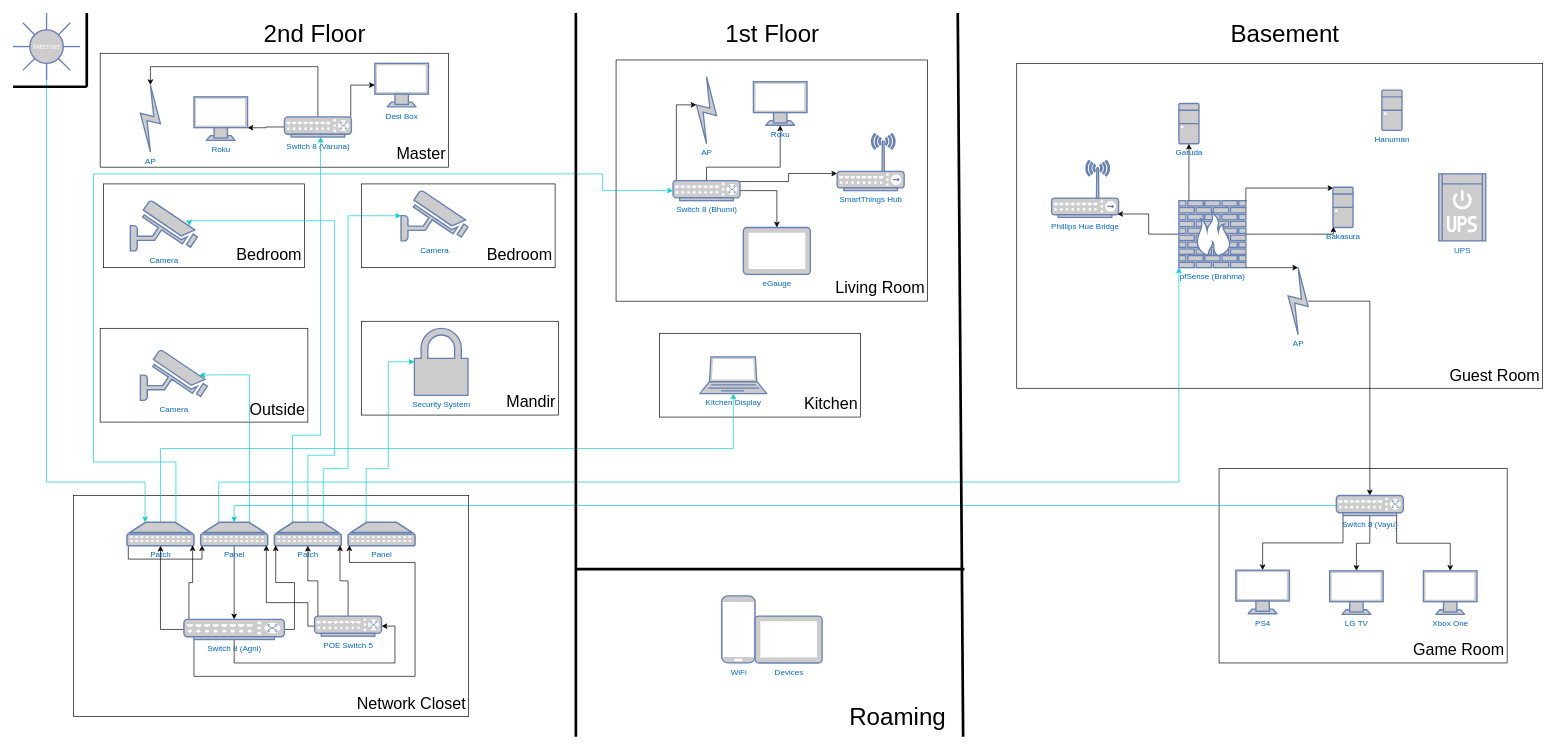
vinaykapadia/miscellaneous keeps this draw.io diagram as VKapadia.com Network.drawio. Above is the earlier version. Source tidied: cells renumbered, new cells numbered last; positions are measured from the earlier drawing's top-left corner, leaving out a move shared by most shapes. Both pictures are drawn from the tidied source at 67%, with x=0, y=0 at pixel (13, 13).
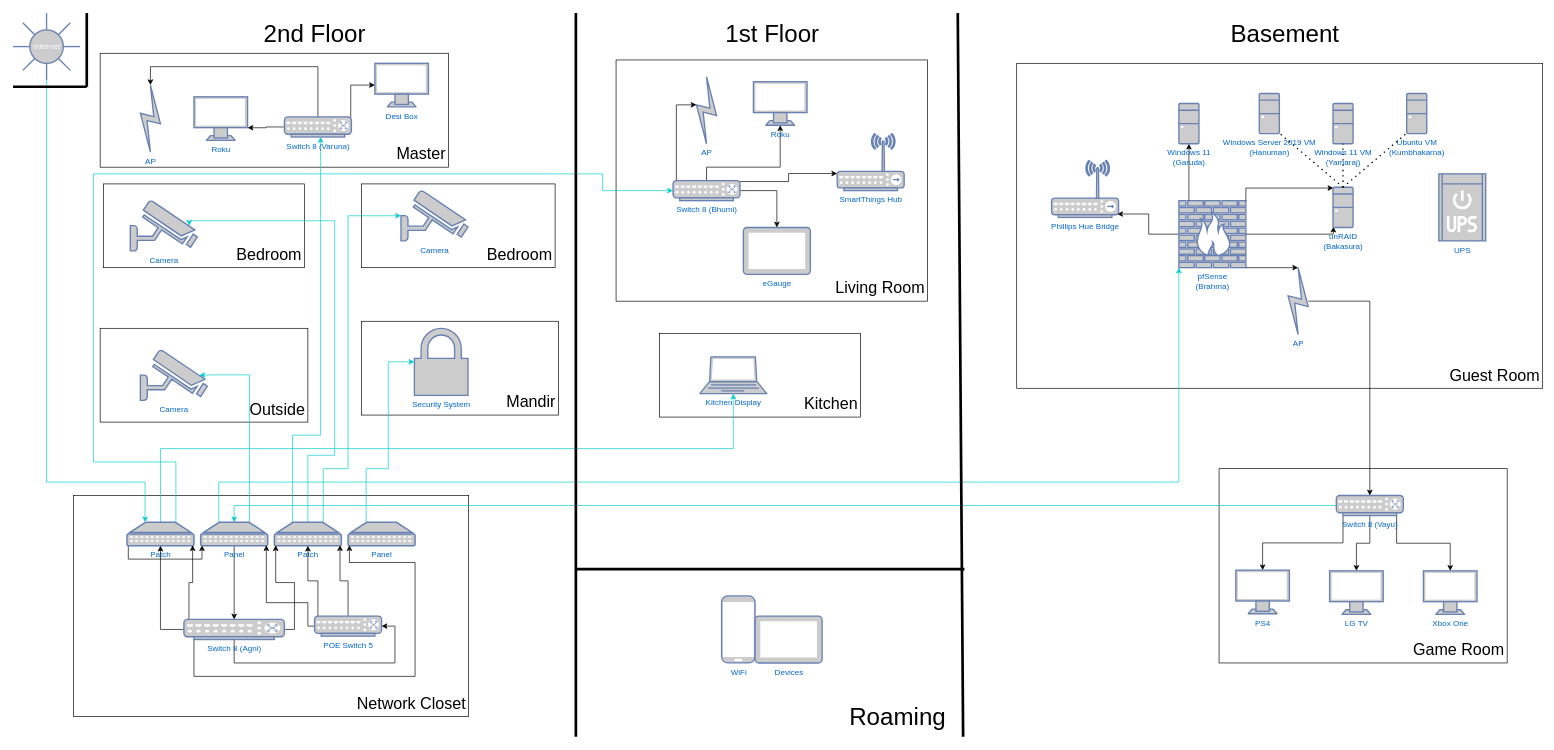
The same diagram, later.

What changed in the source:
```diff
@@
-    <mxCell id="62" value="pfSense (Brahma)" style="fontColor=#0066CC;verticalAlign=top;verticalLabelPosition=bottom;labelPosition=center;align=center;html=1;outlineConnect=0;fillColor=#CCCCCC;strokeColor=#6881B3;gradientColor=none;gradientDirection=north;strokeWidth=2;shape=mxgraph.networks.firewall;" parent="1" vertex="1">
+    <mxCell id="62" value="pfSense&lt;br&gt;(Brahma)" style="fontColor=#0066CC;verticalAlign=top;verticalLabelPosition=bottom;labelPosition=center;align=center;html=1;outlineConnect=0;fillColor=#CCCCCC;strokeColor=#6881B3;gradientColor=none;gradientDirection=north;strokeWidth=2;shape=mxgraph.networks.firewall;" parent="1" vertex="1">
       <mxGeometry x="1740" y="280" width="100" height="100" as="geometry" />
     </mxCell>
@@
-    <mxCell id="68" value="Garuda" style="fontColor=#0066CC;verticalAlign=top;verticalLabelPosition=bottom;labelPosition=center;align=center;html=1;outlineConnect=0;fillColor=#CCCCCC;strokeColor=#6881B3;gradientColor=none;gradientDirection=north;strokeWidth=2;shape=mxgraph.networks.desktop_pc;" parent="1" vertex="1">
+    <mxCell id="68" value="Windows 11&lt;br&gt;(Garuda)" style="fontColor=#0066CC;verticalAlign=top;verticalLabelPosition=bottom;labelPosition=center;align=center;html=1;outlineConnect=0;fillColor=#CCCCCC;strokeColor=#6881B3;gradientColor=none;gradientDirection=north;strokeWidth=2;shape=mxgraph.networks.desktop_pc;" parent="1" vertex="1">
       <mxGeometry x="1740" y="135" width="30" height="60" as="geometry" />
     </mxCell>
-    <mxCell id="69" value="Bakasura" style="fontColor=#0066CC;verticalAlign=top;verticalLabelPosition=bottom;labelPosition=center;align=center;html=1;outlineConnect=0;fillColor=#CCCCCC;strokeColor=#6881B3;gradientColor=none;gradientDirection=north;strokeWidth=2;shape=mxgraph.networks.desktop_pc;" parent="1" vertex="1">
+    <mxCell id="69" value="unRAID&lt;br&gt;(Bakasura)" style="fontColor=#0066CC;verticalAlign=top;verticalLabelPosition=bottom;labelPosition=center;align=center;html=1;outlineConnect=0;fillColor=#CCCCCC;strokeColor=#6881B3;gradientColor=none;gradientDirection=north;strokeWidth=2;shape=mxgraph.networks.desktop_pc;" parent="1" vertex="1">
       <mxGeometry x="1970" y="260" width="30" height="60" as="geometry" />
     </mxCell>
-    <mxCell id="70" value="Hanuman" style="fontColor=#0066CC;verticalAlign=top;verticalLabelPosition=bottom;labelPosition=center;align=center;html=1;outlineConnect=0;fillColor=#CCCCCC;strokeColor=#6881B3;gradientColor=none;gradientDirection=north;strokeWidth=2;shape=mxgraph.networks.desktop_pc;" parent="1" vertex="1">
-      <mxGeometry x="2043" y="115" width="30" height="60" as="geometry" />
+    <mxCell id="70" value="Windows Server 2019 VM&lt;br&gt;(Hanuman)" style="fontColor=#0066CC;verticalAlign=top;verticalLabelPosition=bottom;labelPosition=center;align=center;html=1;outlineConnect=0;fillColor=#CCCCCC;strokeColor=#6881B3;gradientColor=none;gradientDirection=north;strokeWidth=2;shape=mxgraph.networks.desktop_pc;" parent="1" vertex="1">
+      <mxGeometry x="1860" y="120" width="30" height="60" as="geometry" />
     </mxCell>
@@
+    <mxCell id="99" style="endArrow=none;dashed=1;html=1;dashPattern=1 3;strokeWidth=2;rounded=0;exitX=0.5;exitY=0;exitDx=0;exitDy=0;exitPerimeter=0;entryX=0.98;entryY=0.98;entryDx=0;entryDy=0;entryPerimeter=0;" parent="1" edge="1" source="69" target="70">
+      <mxGeometry relative="1" as="geometry" />
+    </mxCell>
+    <mxCell id="100" value="Windows 11 VM&lt;br&gt;(Yamaraj)" style="fontColor=#0066CC;verticalAlign=top;verticalLabelPosition=bottom;labelPosition=center;align=center;html=1;outlineConnect=0;fillColor=#CCCCCC;strokeColor=#6881B3;gradientColor=none;gradientDirection=north;strokeWidth=2;shape=mxgraph.networks.desktop_pc;" parent="1" vertex="1">
+      <mxGeometry x="1970" y="135" width="30" height="60" as="geometry" />
+    </mxCell>
+    <mxCell id="101" value="Ubuntu VM&lt;br&gt;(Kumbhakarna)" style="fontColor=#0066CC;verticalAlign=top;verticalLabelPosition=bottom;labelPosition=center;align=center;html=1;outlineConnect=0;fillColor=#CCCCCC;strokeColor=#6881B3;gradientColor=none;gradientDirection=north;strokeWidth=2;shape=mxgraph.networks.desktop_pc;" parent="1" vertex="1">
+      <mxGeometry x="2080" y="120" width="30" height="60" as="geometry" />
+    </mxCell>
+    <mxCell id="102" style="endArrow=none;dashed=1;html=1;dashPattern=1 3;strokeWidth=2;rounded=0;exitX=0.5;exitY=0;exitDx=0;exitDy=0;exitPerimeter=0;" parent="1" edge="1" source="69" target="100">
+      <mxGeometry relative="1" as="geometry" />
+    </mxCell>
+    <mxCell id="103" style="endArrow=none;dashed=1;html=1;dashPattern=1 3;strokeWidth=2;rounded=0;exitX=0.5;exitY=0;exitDx=0;exitDy=0;exitPerimeter=0;entryX=0.02;entryY=0.98;entryDx=0;entryDy=0;entryPerimeter=0;" parent="1" edge="1" source="69" target="101">
+      <mxGeometry relative="1" as="geometry" />
+    </mxCell>
```
